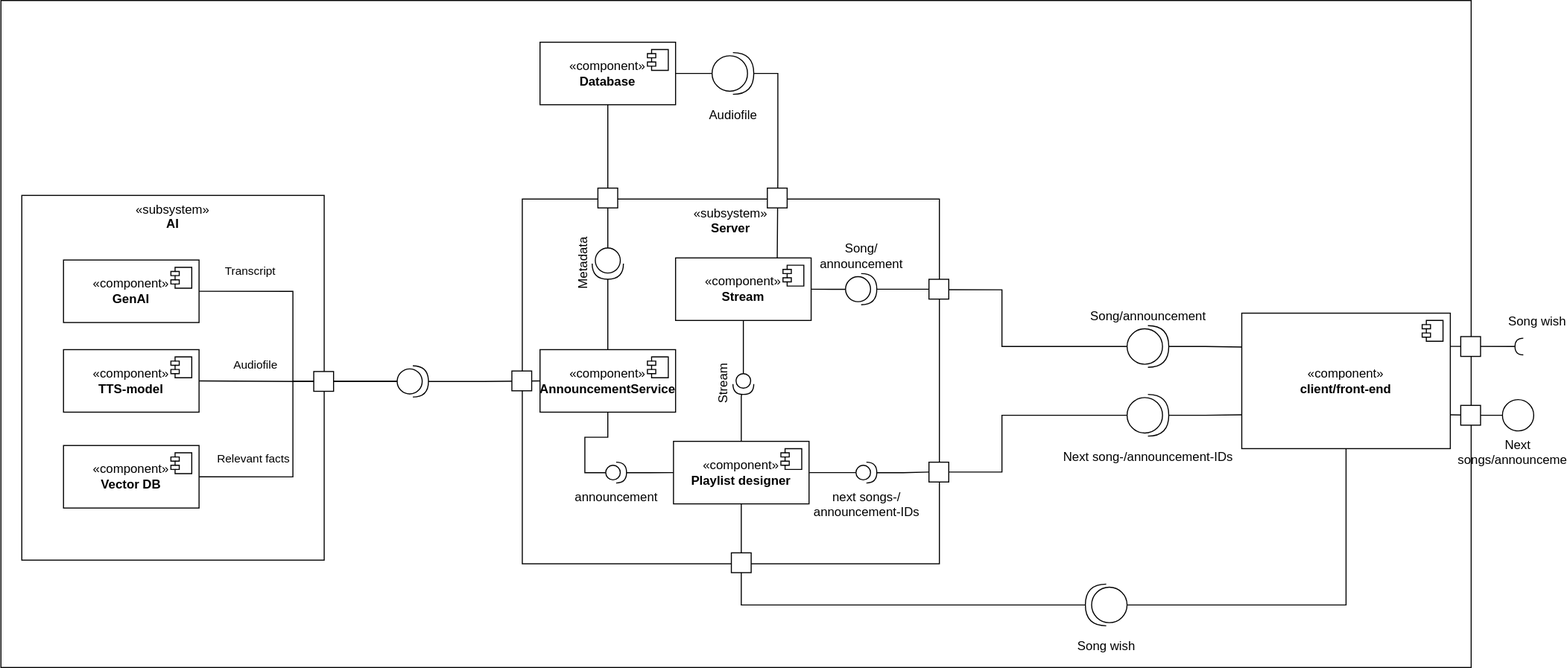
The draw.io diagram documentation/UML diagrams/components.svg in AET-DevOps25/team-in-the-midst-of-chaos-there-is-also-opportunity.-sun-tzu, before a commit. Source tidied: cells renumbered, new cells last; positions are measured from the earlier drawing's top-left corner, leaving out a move shared by most shapes.
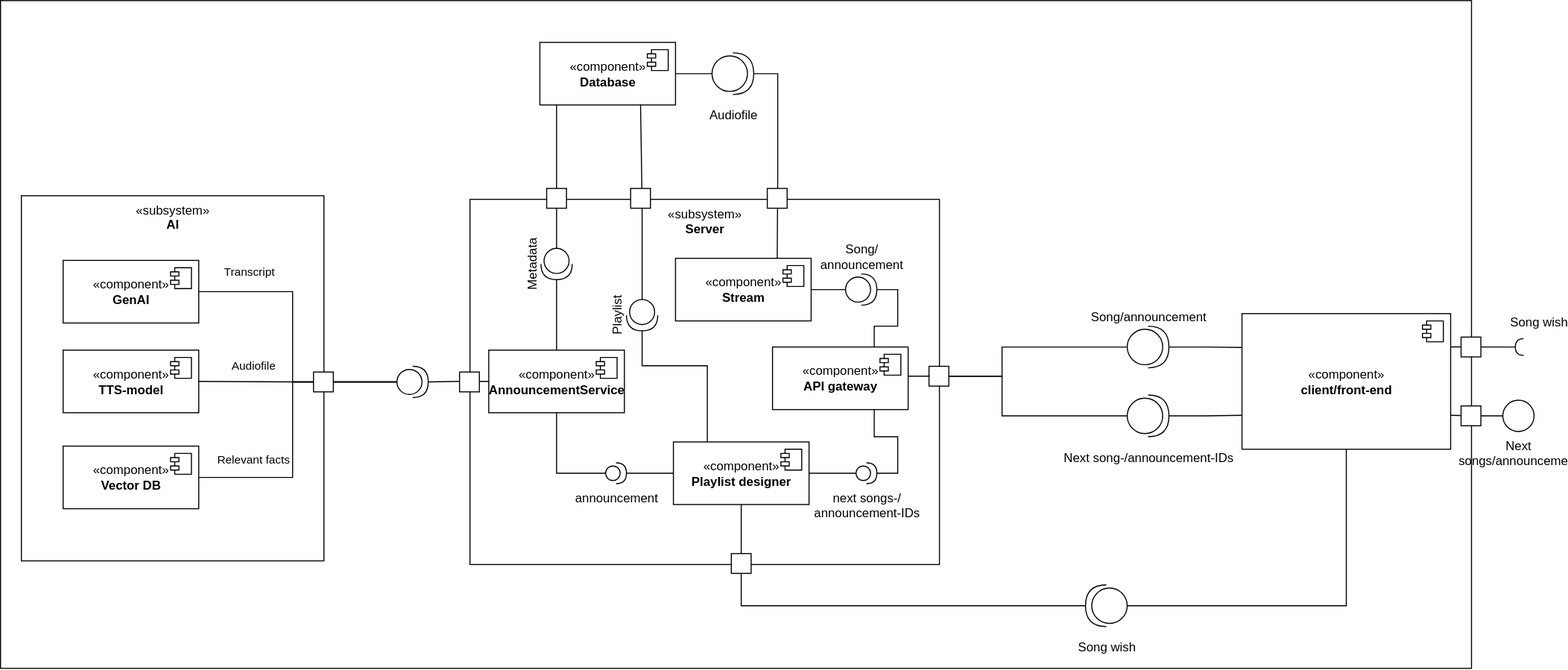
After the commit.

Diff of the diagram source:
```diff
@@ -6,7 +6,7 @@
       <mxGeometry width="1410" height="640" as="geometry" />
     </mxCell>
     <mxCell id="3" value="«subsystem»&lt;br&gt;&lt;div&gt;&lt;b&gt;Server&lt;/b&gt;&lt;/div&gt;" style="rounded=0;whiteSpace=wrap;html=1;verticalAlign=top;labelPosition=center;verticalLabelPosition=middle;align=center;" parent="1" vertex="1">
-      <mxGeometry x="500" y="190.5" width="400" height="350" as="geometry" />
+      <mxGeometry x="450" y="190.5" width="450" height="350" as="geometry" />
     </mxCell>
     <mxCell id="4" value="«subsystem»&lt;br&gt;&lt;div&gt;&lt;b&gt;AI&lt;/b&gt;&lt;/div&gt;" style="rounded=0;whiteSpace=wrap;html=1;verticalAlign=top;" parent="1" vertex="1">
       <mxGeometry x="20" y="187" width="290" height="350" as="geometry" />
@@ -22,12 +22,11 @@
     <mxCell id="7" style="edgeStyle=orthogonalEdgeStyle;rounded=0;jettySize=auto;html=1;entryX=0;entryY=0.25;entryDx=0;entryDy=0;endArrow=none;startFill=0;" parent="1" edge="1" source="9" target="5">
       <mxGeometry relative="1" as="geometry" />
     </mxCell>
-    <mxCell id="8" style="edgeStyle=orthogonalEdgeStyle;rounded=0;jettySize=auto;html=1;entryX=1;entryY=0.25;entryDx=0;entryDy=0;endArrow=none;startFill=0;" parent="1" edge="1" source="9">
+    <mxCell id="8" style="edgeStyle=orthogonalEdgeStyle;rounded=0;jettySize=auto;html=1;entryX=1;entryY=0.5;entryDx=0;entryDy=0;endArrow=none;startFill=0;" parent="1" edge="1" source="9" target="52">
       <mxGeometry relative="1" as="geometry">
-        <mxPoint x="900" y="277.5" as="targetPoint" />
         <Array as="points">
           <mxPoint x="960" y="332" />
-          <mxPoint x="960" y="278" />
+          <mxPoint x="960" y="360" />
         </Array>
       </mxGeometry>
     </mxCell>
@@ -37,12 +36,11 @@
     <mxCell id="10" style="edgeStyle=orthogonalEdgeStyle;rounded=0;jettySize=auto;html=1;entryX=0;entryY=0.75;entryDx=0;entryDy=0;endArrow=none;startFill=0;" parent="1" edge="1" source="12" target="5">
       <mxGeometry relative="1" as="geometry" />
     </mxCell>
-    <mxCell id="11" style="edgeStyle=orthogonalEdgeStyle;rounded=0;jettySize=auto;html=1;entryX=1;entryY=0.75;entryDx=0;entryDy=0;endArrow=none;startFill=0;" parent="1" edge="1" source="12">
+    <mxCell id="11" style="edgeStyle=orthogonalEdgeStyle;rounded=0;jettySize=auto;html=1;entryX=1;entryY=0.5;entryDx=0;entryDy=0;endArrow=none;startFill=0;" parent="1" edge="1" source="12" target="52">
       <mxGeometry relative="1" as="geometry">
-        <mxPoint x="900" y="452.5" as="targetPoint" />
         <Array as="points">
           <mxPoint x="960" y="398" />
-          <mxPoint x="960" y="453" />
+          <mxPoint x="960" y="360" />
         </Array>
       </mxGeometry>
     </mxCell>
@@ -50,7 +48,7 @@
       <mxGeometry x="1080" y="378" width="40" height="40" as="geometry" />
     </mxCell>
     <mxCell id="13" value="«component»&lt;br&gt;&lt;b&gt;AnnouncementService&lt;/b&gt;" style="html=1;whiteSpace=wrap;" parent="1" vertex="1">
-      <mxGeometry x="517" y="335" width="130" height="60" as="geometry" />
+      <mxGeometry x="468" y="335" width="130" height="60" as="geometry" />
     </mxCell>
     <mxCell id="14" style="shape=module;jettyWidth=8;jettyHeight=4;" parent="13" vertex="1">
       <mxGeometry x="1" width="20" height="20" relative="1" as="geometry">
@@ -73,20 +71,6 @@
         <mxPoint x="-27" y="7" as="offset" />
       </mxGeometry>
     </mxCell>
-    <mxCell id="19" style="edgeStyle=orthogonalEdgeStyle;rounded=0;jettySize=auto;html=1;entryX=0.5;entryY=1;entryDx=0;entryDy=0;endArrow=none;startFill=0;" parent="1" edge="1" source="21" target="15">
-      <mxGeometry relative="1" as="geometry" />
-    </mxCell>
-    <mxCell id="20" style="rounded=0;jettySize=auto;html=1;entryX=0.5;entryY=0;entryDx=0;entryDy=0;endArrow=none;startFill=0;" parent="1" edge="1" source="21" target="17">
-      <mxGeometry relative="1" as="geometry">
-        <Array as="points">
-          <mxPoint x="710" y="380" />
-          <mxPoint x="710" y="393" />
-        </Array>
-      </mxGeometry>
-    </mxCell>
-    <mxCell id="21" value="Stream" style="shape=providedRequiredInterface;html=1;verticalLabelPosition=top;sketch=0;flipV=0;flipH=1;labelPosition=center;align=center;verticalAlign=bottom;rotation=-90;" parent="1" vertex="1">
-      <mxGeometry x="702" y="358" width="20" height="20" as="geometry" />
-    </mxCell>
     <mxCell id="22" value="Song wish" style="rounded=0;orthogonalLoop=1;jettySize=auto;html=1;endArrow=halfCircle;endFill=0;endSize=6;strokeWidth=1;sketch=0;fontSize=12;curved=1;exitX=1;exitY=0.5;exitDx=0;exitDy=0;align=left;labelPosition=right;verticalLabelPosition=top;verticalAlign=bottom;" parent="1" edge="1">
       <mxGeometry x="0.56" y="15" relative="1" as="geometry">
         <mxPoint x="1390" y="331.9" as="sourcePoint" />
@@ -99,8 +83,14 @@
     <mxCell id="24" style="edgeStyle=orthogonalEdgeStyle;rounded=0;jettySize=auto;html=1;entryX=1;entryY=0.5;entryDx=0;entryDy=0;endArrow=none;startFill=0;" parent="1" edge="1" source="26" target="17">
       <mxGeometry relative="1" as="geometry" />
     </mxCell>
-    <mxCell id="25" style="edgeStyle=orthogonalEdgeStyle;rounded=0;jettySize=auto;html=1;entryX=0;entryY=0.5;entryDx=0;entryDy=0;endArrow=none;startFill=0;" parent="1" edge="1" source="26" target="53">
-      <mxGeometry relative="1" as="geometry" />
+    <mxCell id="25" style="edgeStyle=orthogonalEdgeStyle;rounded=0;jettySize=auto;html=1;entryX=0.75;entryY=1;entryDx=0;entryDy=0;endArrow=none;startFill=0;" parent="1" edge="1" source="26" target="74">
+      <mxGeometry relative="1" as="geometry">
+        <Array as="points">
+          <mxPoint x="860" y="453" />
+          <mxPoint x="860" y="418" />
+          <mxPoint x="838" y="418" />
+        </Array>
+      </mxGeometry>
     </mxCell>
     <mxCell id="26" value="&lt;div&gt;next songs-/&lt;/div&gt;&lt;div&gt;announcement-IDs&lt;/div&gt;" style="shape=providedRequiredInterface;html=1;verticalLabelPosition=bottom;sketch=0;verticalAlign=top;" parent="1" vertex="1">
       <mxGeometry x="820" y="443" width="20" height="20" as="geometry" />
@@ -113,12 +103,18 @@
         <mxPoint x="-27" y="7" as="offset" />
       </mxGeometry>
     </mxCell>
-    <mxCell id="29" style="edgeStyle=orthogonalEdgeStyle;rounded=0;jettySize=auto;html=1;entryX=0;entryY=0.5;entryDx=0;entryDy=0;endArrow=none;startFill=0;" parent="1" edge="1" source="31" target="52">
-      <mxGeometry relative="1" as="geometry" />
-    </mxCell>
     <mxCell id="30" style="edgeStyle=orthogonalEdgeStyle;rounded=0;jettySize=auto;html=1;entryX=1;entryY=0.5;entryDx=0;entryDy=0;endArrow=none;startFill=0;" parent="1" edge="1" source="31" target="15">
       <mxGeometry relative="1" as="geometry" />
     </mxCell>
+    <mxCell id="66" style="edgeStyle=orthogonalEdgeStyle;rounded=0;jettySize=auto;html=1;entryX=0.75;entryY=0;entryDx=0;entryDy=0;endArrow=none;endFill=0;" parent="1" edge="1" source="31" target="74">
+      <mxGeometry relative="1" as="geometry">
+        <Array as="points">
+          <mxPoint x="860" y="277" />
+          <mxPoint x="860" y="312" />
+          <mxPoint x="838" y="312" />
+        </Array>
+      </mxGeometry>
+    </mxCell>
     <mxCell id="31" value="&lt;div&gt;Song/&lt;/div&gt;&lt;div&gt;announcement&lt;/div&gt;" style="shape=providedRequiredInterface;html=1;verticalLabelPosition=top;sketch=0;flipV=1;flipH=0;labelPosition=center;align=center;verticalAlign=bottom;" parent="1" vertex="1">
       <mxGeometry x="810" y="262" width="30" height="30" as="geometry" />
     </mxCell>
@@ -140,15 +136,6 @@
     <mxCell id="35" style="whiteSpace=wrap;html=1;" parent="1" vertex="1">
       <mxGeometry x="735" y="180" width="19" height="19" as="geometry" />
     </mxCell>
-    <mxCell id="36" style="edgeStyle=orthogonalEdgeStyle;rounded=0;jettySize=auto;html=1;entryX=0.5;entryY=1;entryDx=0;entryDy=0;endArrow=none;startFill=0;" parent="1" edge="1" source="38" target="13">
-      <mxGeometry relative="1" as="geometry">
-        <Array as="points">
-          <mxPoint x="560" y="453" />
-          <mxPoint x="560" y="419" />
-          <mxPoint x="582" y="419" />
-        </Array>
-      </mxGeometry>
-    </mxCell>
     <mxCell id="37" style="edgeStyle=orthogonalEdgeStyle;rounded=0;jettySize=auto;html=1;entryX=0;entryY=0.5;entryDx=0;entryDy=0;endArrow=none;startFill=0;" parent="1" edge="1" source="38">
       <mxGeometry relative="1" as="geometry">
         <mxPoint x="645" y="453" as="targetPoint" />
@@ -181,9 +168,6 @@
         <mxPoint x="-27" y="7" as="offset" />
       </mxGeometry>
     </mxCell>
-    <mxCell id="45" style="edgeStyle=orthogonalEdgeStyle;rounded=0;jettySize=auto;html=1;entryX=0;entryY=0.5;entryDx=0;entryDy=0;endArrow=none;startFill=0;" parent="1" edge="1" source="49" target="13">
-      <mxGeometry relative="1" as="geometry" />
-    </mxCell>
     <mxCell id="46" value="Audiofile" style="edgeStyle=orthogonalEdgeStyle;rounded=0;jettySize=auto;html=1;entryX=1;entryY=0.5;entryDx=0;entryDy=0;endArrow=none;startFill=0;" parent="1" edge="1" source="49" target="43">
       <mxGeometry x="0.44" y="-15" relative="1" as="geometry" />
     </mxCell>
@@ -209,26 +193,22 @@
     <mxCell id="50" style="whiteSpace=wrap;html=1;" parent="1" vertex="1">
       <mxGeometry x="300" y="356" width="19" height="19" as="geometry" />
     </mxCell>
-    <mxCell id="51" style="whiteSpace=wrap;html=1;" parent="1" vertex="1">
-      <mxGeometry x="490" y="355.5" width="19" height="19" as="geometry" />
-    </mxCell>
     <mxCell id="52" style="whiteSpace=wrap;html=1;" parent="1" vertex="1">
-      <mxGeometry x="890" y="267.5" width="19" height="19" as="geometry" />
+      <mxGeometry x="890" y="350.5" width="19" height="19" as="geometry" />
     </mxCell>
-    <mxCell id="53" style="whiteSpace=wrap;html=1;" parent="1" vertex="1">
-      <mxGeometry x="890" y="443" width="19" height="19" as="geometry" />
-    </mxCell>
-    <mxCell id="54" style="edgeStyle=orthogonalEdgeStyle;rounded=0;jettySize=auto;html=1;entryX=0.5;entryY=1;entryDx=0;entryDy=0;endArrow=none;startFill=0;" parent="1" edge="1" source="56" target="27">
-      <mxGeometry relative="1" as="geometry" />
+    <mxCell id="54" style="edgeStyle=orthogonalEdgeStyle;rounded=0;jettySize=auto;html=1;entryX=0.5;entryY=1;entryDx=0;entryDy=0;endArrow=none;startFill=0;" parent="1" edge="1" source="56">
+      <mxGeometry relative="1" as="geometry">
+        <mxPoint x="533" y="100" as="targetPoint" />
+      </mxGeometry>
     </mxCell>
     <mxCell id="55" style="edgeStyle=orthogonalEdgeStyle;rounded=0;jettySize=auto;html=1;entryX=0.5;entryY=0;entryDx=0;entryDy=0;endArrow=none;startFill=0;" parent="1" edge="1" source="56" target="13">
       <mxGeometry relative="1" as="geometry" />
     </mxCell>
     <mxCell id="56" value="Metadata" style="shape=providedRequiredInterface;html=1;verticalLabelPosition=top;sketch=0;flipV=1;flipH=1;labelPosition=center;align=center;verticalAlign=bottom;rotation=-90;" parent="1" vertex="1">
-      <mxGeometry x="567" y="237.5" width="30" height="30" as="geometry" />
+      <mxGeometry x="518" y="237.5" width="30" height="30" as="geometry" />
     </mxCell>
     <mxCell id="57" style="whiteSpace=wrap;html=1;" parent="1" vertex="1">
-      <mxGeometry x="572.5" y="180" width="19" height="19" as="geometry" />
+      <mxGeometry x="523.5" y="180" width="19" height="19" as="geometry" />
     </mxCell>
     <mxCell id="58" style="edgeStyle=orthogonalEdgeStyle;rounded=0;jettySize=auto;html=1;entryX=1;entryY=0.75;entryDx=0;entryDy=0;endArrow=none;startFill=0;" parent="1" edge="1" source="59" target="5">
       <mxGeometry relative="1" as="geometry" />
@@ -254,5 +234,47 @@
     <mxCell id="65" style="whiteSpace=wrap;html=1;" parent="1" vertex="1">
       <mxGeometry x="700.5" y="530" width="19" height="19" as="geometry" />
     </mxCell>
+    <mxCell id="67" style="edgeStyle=orthogonalEdgeStyle;rounded=0;jettySize=auto;html=1;entryX=1;entryY=0.5;entryDx=0;entryDy=0;entryPerimeter=0;endArrow=none;endFill=0;" parent="1" edge="1" source="13" target="49">
+      <mxGeometry relative="1" as="geometry" />
+    </mxCell>
+    <mxCell id="51" style="whiteSpace=wrap;html=1;" parent="1" vertex="1">
+      <mxGeometry x="440" y="356" width="19" height="19" as="geometry" />
+    </mxCell>
+    <mxCell id="68" style="edgeStyle=orthogonalEdgeStyle;rounded=0;jettySize=auto;html=1;entryX=0;entryY=0.5;entryDx=0;entryDy=0;entryPerimeter=0;endArrow=none;endFill=0;" parent="1" edge="1" source="13" target="38">
+      <mxGeometry relative="1" as="geometry" />
+    </mxCell>
+    <mxCell id="69" style="edgeStyle=orthogonalEdgeStyle;rounded=0;jettySize=auto;html=1;entryX=0.25;entryY=0;entryDx=0;entryDy=0;endArrow=none;endFill=0;" parent="1" edge="1" source="70" target="17">
+      <mxGeometry relative="1" as="geometry">
+        <Array as="points">
+          <mxPoint x="615" y="350" />
+          <mxPoint x="678" y="350" />
+        </Array>
+      </mxGeometry>
+    </mxCell>
+    <mxCell id="70" value="Playlist" style="shape=providedRequiredInterface;html=1;verticalLabelPosition=top;sketch=0;flipV=1;flipH=1;labelPosition=center;align=center;verticalAlign=bottom;rotation=-90;" parent="1" vertex="1">
+      <mxGeometry x="600" y="286.5" width="30" height="30" as="geometry" />
+    </mxCell>
+    <mxCell id="71" style="edgeStyle=orthogonalEdgeStyle;rounded=0;jettySize=auto;html=1;entryX=0.5;entryY=1;entryDx=0;entryDy=0;endArrow=none;startFill=0;exitX=0;exitY=0.5;exitDx=0;exitDy=0;exitPerimeter=0;" parent="1" edge="1" source="70">
+      <mxGeometry relative="1" as="geometry">
+        <mxPoint x="613.5" y="100" as="targetPoint" />
+      </mxGeometry>
+    </mxCell>
+    <mxCell id="72" style="whiteSpace=wrap;html=1;" parent="1" vertex="1">
+      <mxGeometry x="604" y="180" width="19" height="19" as="geometry" />
+    </mxCell>
+    <mxCell id="73" style="edgeStyle=orthogonalEdgeStyle;rounded=0;orthogonalLoop=1;jettySize=auto;html=1;entryX=0;entryY=0.5;entryDx=0;entryDy=0;endArrow=none;endFill=0;" parent="1" edge="1">
+      <mxGeometry relative="1" as="geometry">
+        <mxPoint x="870" y="360" as="sourcePoint" />
+        <mxPoint x="890" y="358" as="targetPoint" />
+      </mxGeometry>
+    </mxCell>
+    <mxCell id="74" value="«component»&lt;br&gt;&lt;b&gt;API gateway&lt;/b&gt;" style="html=1;whiteSpace=wrap;" parent="1" vertex="1">
+      <mxGeometry x="740" y="332" width="130" height="60" as="geometry" />
+    </mxCell>
+    <mxCell id="75" style="shape=module;jettyWidth=8;jettyHeight=4;" parent="74" vertex="1">
+      <mxGeometry x="1" width="20" height="20" relative="1" as="geometry">
+        <mxPoint x="-27" y="7" as="offset" />
+      </mxGeometry>
+    </mxCell>
   </root>
 </mxGraphModel>
```
